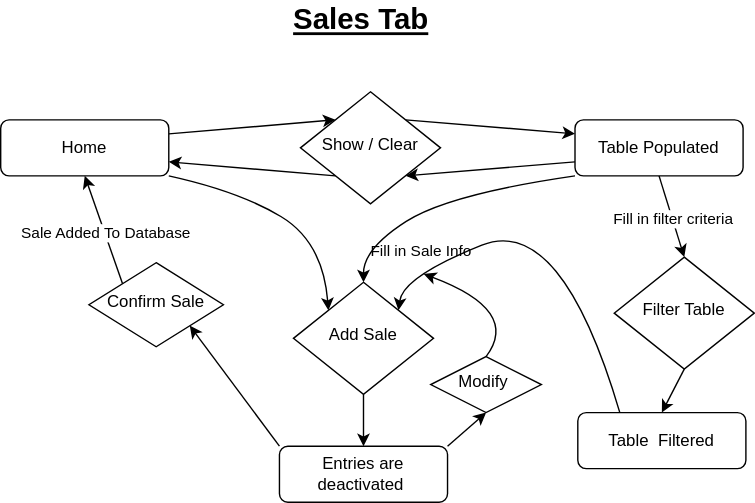
Before: Data Flow Diagrams/Sales.svg, a diagram exported from draw.io (KitchenPizzeria/Client-Apps). Source tidied: cells renumbered, new cells last; positions are measured from the earlier drawing's top-left corner, leaving out a move shared by most shapes.
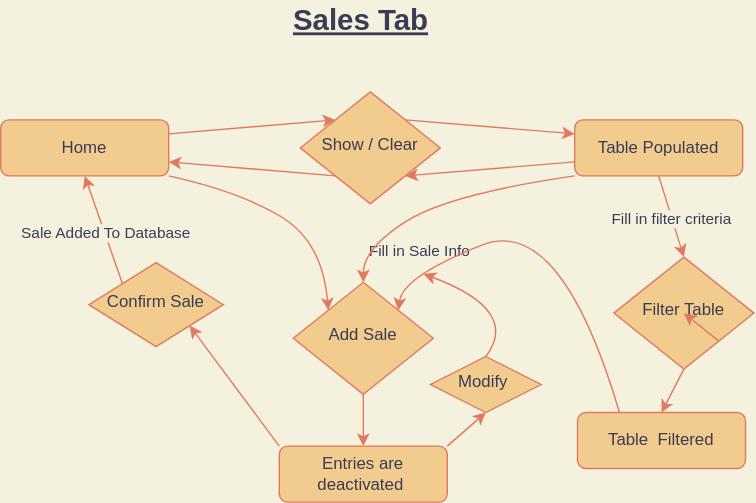
Above is the later version.

Commit message:
Sales - User Flow Diagram

The edit, as a diff of the source:
```diff
@@ -1,60 +1,60 @@
-<mxGraphModel background="#FFFFFF">
+<mxGraphModel background="#F4F1DE">
   <root>
     <mxCell id="0" />
     <mxCell id="1" parent="0" />
-    <mxCell id="2" style="rounded=0;jettySize=auto;html=1;exitX=1;exitY=0.25;exitDx=0;exitDy=0;entryX=0;entryY=0;entryDx=0;entryDy=0;" parent="1" edge="1" source="6" target="9">
+    <mxCell id="2" style="rounded=0;jettySize=auto;html=1;exitX=1;exitY=0.25;exitDx=0;exitDy=0;entryX=0;entryY=0;entryDx=0;entryDy=0;labelBackgroundColor=#F4F1DE;strokeColor=#E07A5F;fontColor=#393C56;" parent="1" edge="1" source="6" target="9">
       <mxGeometry relative="1" as="geometry" />
     </mxCell>
-    <mxCell id="3" style="rounded=0;jettySize=auto;html=1;exitX=0.5;exitY=1;exitDx=0;exitDy=0;entryX=0.5;entryY=0;entryDx=0;entryDy=0;" parent="1" edge="1" source="11" target="13">
+    <mxCell id="3" style="rounded=0;jettySize=auto;html=1;exitX=0.5;exitY=1;exitDx=0;exitDy=0;entryX=0.5;entryY=0;entryDx=0;entryDy=0;labelBackgroundColor=#F4F1DE;strokeColor=#E07A5F;fontColor=#393C56;" parent="1" edge="1" source="11" target="13">
       <mxGeometry relative="1" as="geometry" />
     </mxCell>
-    <mxCell id="4" value="Fill in filter criteria" style="edgeLabel;html=1;align=center;verticalAlign=middle;labelBackgroundColor=#FFFFFF;rotation=0;" parent="3" vertex="1">
+    <mxCell id="4" value="Fill in filter criteria" style="edgeLabel;html=1;align=center;verticalAlign=middle;rotation=0;labelBackgroundColor=#F4F1DE;fontColor=#393C56;" parent="3" vertex="1">
       <mxGeometry x="0.02" y="1" relative="1" as="geometry">
         <mxPoint x="-1" y="1" as="offset" />
       </mxGeometry>
     </mxCell>
-    <mxCell id="5" value="Fill in Sale Info" style="edgeLabel;html=1;align=center;verticalAlign=middle;labelBackgroundColor=#FFFFFF;rotation=0;" parent="3" vertex="1">
+    <mxCell id="5" value="Fill in Sale Info" style="edgeLabel;html=1;align=center;verticalAlign=middle;rotation=0;labelBackgroundColor=#F4F1DE;fontColor=#393C56;" parent="3" vertex="1">
       <mxGeometry x="0.02" y="1" relative="1" as="geometry">
         <mxPoint x="-181" y="24" as="offset" />
       </mxGeometry>
     </mxCell>
-    <mxCell id="6" value="Home" style="rounded=1;whiteSpace=wrap;html=1;fontSize=12;glass=0;strokeWidth=1;shadow=0;" parent="1" vertex="1">
+    <mxCell id="6" value="Home" style="rounded=1;whiteSpace=wrap;html=1;fontSize=12;glass=0;strokeWidth=1;shadow=0;fillColor=#F2CC8F;strokeColor=#E07A5F;fontColor=#393C56;" parent="1" vertex="1">
       <mxGeometry y="83" width="120" height="40" as="geometry" />
     </mxCell>
-    <mxCell id="7" style="rounded=0;jettySize=auto;html=1;exitX=0;exitY=1;exitDx=0;exitDy=0;entryX=1;entryY=0.75;entryDx=0;entryDy=0;" parent="1" edge="1" source="9" target="6">
+    <mxCell id="7" style="rounded=0;jettySize=auto;html=1;exitX=0;exitY=1;exitDx=0;exitDy=0;entryX=1;entryY=0.75;entryDx=0;entryDy=0;labelBackgroundColor=#F4F1DE;strokeColor=#E07A5F;fontColor=#393C56;" parent="1" edge="1" source="9" target="6">
       <mxGeometry relative="1" as="geometry" />
     </mxCell>
-    <mxCell id="8" style="rounded=0;jettySize=auto;html=1;exitX=1;exitY=0;exitDx=0;exitDy=0;entryX=0;entryY=0.25;entryDx=0;entryDy=0;" parent="1" edge="1" source="9" target="11">
+    <mxCell id="8" style="rounded=0;jettySize=auto;html=1;exitX=1;exitY=0;exitDx=0;exitDy=0;entryX=0;entryY=0.25;entryDx=0;entryDy=0;labelBackgroundColor=#F4F1DE;strokeColor=#E07A5F;fontColor=#393C56;" parent="1" edge="1" source="9" target="11">
       <mxGeometry relative="1" as="geometry" />
     </mxCell>
-    <mxCell id="9" value="Show / Clear" style="rhombus;whiteSpace=wrap;html=1;shadow=0;fontFamily=Helvetica;fontSize=12;align=center;strokeWidth=1;spacing=6;spacingTop=-4;" parent="1" vertex="1">
+    <mxCell id="9" value="Show / Clear" style="rhombus;whiteSpace=wrap;html=1;shadow=0;fontFamily=Helvetica;fontSize=12;align=center;strokeWidth=1;spacing=6;spacingTop=-4;fillColor=#F2CC8F;strokeColor=#E07A5F;fontColor=#393C56;" parent="1" vertex="1">
       <mxGeometry x="214" y="63" width="100" height="80" as="geometry" />
     </mxCell>
-    <mxCell id="10" style="rounded=0;jettySize=auto;html=1;exitX=0;exitY=0.75;exitDx=0;exitDy=0;entryX=1;entryY=1;entryDx=0;entryDy=0;" parent="1" edge="1" source="11" target="9">
+    <mxCell id="10" style="rounded=0;jettySize=auto;html=1;exitX=0;exitY=0.75;exitDx=0;exitDy=0;entryX=1;entryY=1;entryDx=0;entryDy=0;labelBackgroundColor=#F4F1DE;strokeColor=#E07A5F;fontColor=#393C56;" parent="1" edge="1" source="11" target="9">
       <mxGeometry relative="1" as="geometry" />
     </mxCell>
-    <mxCell id="11" value="Table Populated" style="rounded=1;whiteSpace=wrap;html=1;fontSize=12;glass=0;strokeWidth=1;shadow=0;" parent="1" vertex="1">
+    <mxCell id="11" value="Table Populated" style="rounded=1;whiteSpace=wrap;html=1;fontSize=12;glass=0;strokeWidth=1;shadow=0;fillColor=#F2CC8F;strokeColor=#E07A5F;fontColor=#393C56;" parent="1" vertex="1">
       <mxGeometry x="410" y="83" width="120" height="40" as="geometry" />
     </mxCell>
-    <mxCell id="12" style="edgeStyle=none;rounded=0;jettySize=auto;html=1;exitX=0.5;exitY=1;exitDx=0;exitDy=0;entryX=0.5;entryY=0;entryDx=0;entryDy=0;" parent="1" edge="1" source="13" target="15">
+    <mxCell id="12" style="edgeStyle=none;rounded=0;jettySize=auto;html=1;exitX=0.5;exitY=1;exitDx=0;exitDy=0;entryX=0.5;entryY=0;entryDx=0;entryDy=0;labelBackgroundColor=#F4F1DE;strokeColor=#E07A5F;fontColor=#393C56;" parent="1" edge="1" source="13" target="15">
       <mxGeometry relative="1" as="geometry" />
     </mxCell>
-    <mxCell id="13" value="Filter Table" style="rhombus;whiteSpace=wrap;html=1;shadow=0;fontFamily=Helvetica;fontSize=12;align=center;strokeWidth=1;spacing=6;spacingTop=-4;" parent="1" vertex="1">
+    <mxCell id="13" value="Filter Table" style="rhombus;whiteSpace=wrap;html=1;shadow=0;fontFamily=Helvetica;fontSize=12;align=center;strokeWidth=1;spacing=6;spacingTop=-4;fillColor=#F2CC8F;strokeColor=#E07A5F;fontColor=#393C56;" parent="1" vertex="1">
       <mxGeometry x="438" y="181" width="100" height="80" as="geometry" />
     </mxCell>
-    <mxCell id="14" style="edgeStyle=none;rounded=0;orthogonalLoop=1;jettySize=auto;html=1;exitX=1;exitY=1;exitDx=0;exitDy=0;" parent="1" edge="1" source="13" target="13">
+    <mxCell id="14" style="edgeStyle=none;rounded=0;orthogonalLoop=1;jettySize=auto;html=1;exitX=1;exitY=1;exitDx=0;exitDy=0;labelBackgroundColor=#F4F1DE;strokeColor=#E07A5F;fontColor=#393C56;" parent="1" edge="1" source="13" target="13">
       <mxGeometry relative="1" as="geometry" />
     </mxCell>
-    <mxCell id="15" value="Table &amp;nbsp;Filtered" style="rounded=1;whiteSpace=wrap;html=1;fontSize=12;glass=0;strokeWidth=1;shadow=0;" parent="1" vertex="1">
+    <mxCell id="15" value="Table &amp;nbsp;Filtered" style="rounded=1;whiteSpace=wrap;html=1;fontSize=12;glass=0;strokeWidth=1;shadow=0;fillColor=#F2CC8F;strokeColor=#E07A5F;fontColor=#393C56;" parent="1" vertex="1">
       <mxGeometry x="412" y="292" width="120" height="40" as="geometry" />
     </mxCell>
-    <mxCell id="16" style="edgeStyle=none;rounded=0;jettySize=auto;html=1;exitX=0.5;exitY=1;exitDx=0;exitDy=0;entryX=0.5;entryY=0;entryDx=0;entryDy=0;" parent="1" edge="1" source="17" target="24">
+    <mxCell id="16" style="edgeStyle=none;rounded=0;jettySize=auto;html=1;exitX=0.5;exitY=1;exitDx=0;exitDy=0;entryX=0.5;entryY=0;entryDx=0;entryDy=0;labelBackgroundColor=#F4F1DE;strokeColor=#E07A5F;fontColor=#393C56;" parent="1" edge="1" source="17" target="24">
       <mxGeometry relative="1" as="geometry" />
     </mxCell>
-    <mxCell id="17" value="Add Sale" style="rhombus;whiteSpace=wrap;html=1;shadow=0;fontFamily=Helvetica;fontSize=12;align=center;strokeWidth=1;spacing=6;spacingTop=-4;" parent="1" vertex="1">
+    <mxCell id="17" value="Add Sale" style="rhombus;whiteSpace=wrap;html=1;shadow=0;fontFamily=Helvetica;fontSize=12;align=center;strokeWidth=1;spacing=6;spacingTop=-4;fillColor=#F2CC8F;strokeColor=#E07A5F;fontColor=#393C56;" parent="1" vertex="1">
       <mxGeometry x="209" y="199" width="100" height="80" as="geometry" />
     </mxCell>
-    <mxCell id="18" style="curved=1;endArrow=classic;html=1;exitX=1;exitY=1;exitDx=0;exitDy=0;entryX=0;entryY=0;entryDx=0;entryDy=0;" parent="1" edge="1" source="6" target="17">
+    <mxCell id="18" style="curved=1;endArrow=classic;html=1;exitX=1;exitY=1;exitDx=0;exitDy=0;entryX=0;entryY=0;entryDx=0;entryDy=0;labelBackgroundColor=#F4F1DE;strokeColor=#E07A5F;fontColor=#393C56;" parent="1" edge="1" source="6" target="17">
       <mxGeometry relative="1" as="geometry">
         <Array as="points">
           <mxPoint x="170" y="134" />
@@ -62,7 +62,7 @@
         </Array>
       </mxGeometry>
     </mxCell>
-    <mxCell id="19" style="curved=1;endArrow=classic;html=1;exitX=0;exitY=1;exitDx=0;exitDy=0;entryX=0.5;entryY=0;entryDx=0;entryDy=0;" parent="1" edge="1" source="11" target="17">
+    <mxCell id="19" style="curved=1;endArrow=classic;html=1;exitX=0;exitY=1;exitDx=0;exitDy=0;entryX=0.5;entryY=0;entryDx=0;entryDy=0;labelBackgroundColor=#F4F1DE;strokeColor=#E07A5F;fontColor=#393C56;" parent="1" edge="1" source="11" target="17">
       <mxGeometry relative="1" as="geometry">
         <Array as="points">
           <mxPoint x="320" y="136" />
@@ -70,10 +70,10 @@
         </Array>
       </mxGeometry>
     </mxCell>
-    <mxCell id="20" value="Modify&amp;nbsp;" style="rhombus;whiteSpace=wrap;html=1;shadow=0;fontFamily=Helvetica;fontSize=12;align=center;strokeWidth=1;spacing=6;spacingTop=-4;" parent="1" vertex="1">
+    <mxCell id="20" value="Modify&amp;nbsp;" style="rhombus;whiteSpace=wrap;html=1;shadow=0;fontFamily=Helvetica;fontSize=12;align=center;strokeWidth=1;spacing=6;spacingTop=-4;fillColor=#F2CC8F;strokeColor=#E07A5F;fontColor=#393C56;" parent="1" vertex="1">
       <mxGeometry x="307" y="252" width="79" height="40" as="geometry" />
     </mxCell>
-    <mxCell id="21" style="curved=1;endArrow=classic;html=1;exitX=0.25;exitY=0;exitDx=0;exitDy=0;entryX=1;entryY=0;entryDx=0;entryDy=0;" parent="1" edge="1" source="15" target="17">
+    <mxCell id="21" style="curved=1;endArrow=classic;html=1;exitX=0.25;exitY=0;exitDx=0;exitDy=0;entryX=1;entryY=0;entryDx=0;entryDy=0;labelBackgroundColor=#F4F1DE;strokeColor=#E07A5F;fontColor=#393C56;" parent="1" edge="1" source="15" target="17">
       <mxGeometry relative="1" as="geometry">
         <Array as="points">
           <mxPoint x="400" y="150" />
@@ -81,16 +81,16 @@
         </Array>
       </mxGeometry>
     </mxCell>
-    <mxCell id="22" style="edgeStyle=none;rounded=0;jettySize=auto;html=1;exitX=1;exitY=0;exitDx=0;exitDy=0;entryX=0.5;entryY=1;entryDx=0;entryDy=0;" parent="1" edge="1" source="24" target="20">
+    <mxCell id="22" style="edgeStyle=none;rounded=0;jettySize=auto;html=1;exitX=1;exitY=0;exitDx=0;exitDy=0;entryX=0.5;entryY=1;entryDx=0;entryDy=0;labelBackgroundColor=#F4F1DE;strokeColor=#E07A5F;fontColor=#393C56;" parent="1" edge="1" source="24" target="20">
       <mxGeometry relative="1" as="geometry" />
     </mxCell>
-    <mxCell id="23" style="edgeStyle=none;rounded=0;jettySize=auto;html=1;exitX=0;exitY=0;exitDx=0;exitDy=0;entryX=1;entryY=1;entryDx=0;entryDy=0;" parent="1" edge="1" source="24" target="28">
+    <mxCell id="23" style="edgeStyle=none;rounded=0;jettySize=auto;html=1;exitX=0;exitY=0;exitDx=0;exitDy=0;entryX=1;entryY=1;entryDx=0;entryDy=0;labelBackgroundColor=#F4F1DE;strokeColor=#E07A5F;fontColor=#393C56;" parent="1" edge="1" source="24" target="28">
       <mxGeometry relative="1" as="geometry" />
     </mxCell>
-    <mxCell id="24" value="Entries are deactivated&amp;nbsp;" style="rounded=1;whiteSpace=wrap;html=1;fontSize=12;glass=0;strokeWidth=1;shadow=0;" parent="1" vertex="1">
+    <mxCell id="24" value="Entries are deactivated&amp;nbsp;" style="rounded=1;whiteSpace=wrap;html=1;fontSize=12;glass=0;strokeWidth=1;shadow=0;fillColor=#F2CC8F;strokeColor=#E07A5F;fontColor=#393C56;" parent="1" vertex="1">
       <mxGeometry x="199" y="316" width="120" height="40" as="geometry" />
     </mxCell>
-    <mxCell id="25" style="curved=1;endArrow=classic;html=1;exitX=0.5;exitY=0;exitDx=0;exitDy=0;" parent="1" edge="1" source="20">
+    <mxCell id="25" style="curved=1;endArrow=classic;html=1;exitX=0.5;exitY=0;exitDx=0;exitDy=0;labelBackgroundColor=#F4F1DE;strokeColor=#E07A5F;fontColor=#393C56;" parent="1" edge="1" source="20">
       <mxGeometry relative="1" as="geometry">
         <mxPoint x="302" y="193" as="targetPoint" />
         <Array as="points">
@@ -98,16 +98,16 @@
         </Array>
       </mxGeometry>
     </mxCell>
-    <mxCell id="26" style="edgeStyle=none;rounded=0;jettySize=auto;html=1;exitX=0;exitY=0;exitDx=0;exitDy=0;entryX=0.5;entryY=1;entryDx=0;entryDy=0;" parent="1" edge="1" source="28" target="6">
+    <mxCell id="26" style="edgeStyle=none;rounded=0;jettySize=auto;html=1;exitX=0;exitY=0;exitDx=0;exitDy=0;entryX=0.5;entryY=1;entryDx=0;entryDy=0;labelBackgroundColor=#F4F1DE;strokeColor=#E07A5F;fontColor=#393C56;" parent="1" edge="1" source="28" target="6">
       <mxGeometry relative="1" as="geometry" />
     </mxCell>
-    <mxCell id="27" value="Sale Added To Database" style="edgeLabel;html=1;align=center;verticalAlign=middle;" parent="26" vertex="1">
+    <mxCell id="27" value="Sale Added To Database" style="edgeLabel;html=1;align=center;verticalAlign=middle;labelBackgroundColor=#F4F1DE;fontColor=#393C56;" parent="26" vertex="1">
       <mxGeometry x="-0.05" relative="1" as="geometry" />
     </mxCell>
-    <mxCell id="28" value="Confirm Sale" style="rhombus;whiteSpace=wrap;html=1;shadow=0;fontFamily=Helvetica;fontSize=12;align=center;strokeWidth=1;spacing=6;spacingTop=-4;" parent="1" vertex="1">
+    <mxCell id="28" value="Confirm Sale" style="rhombus;whiteSpace=wrap;html=1;shadow=0;fontFamily=Helvetica;fontSize=12;align=center;strokeWidth=1;spacing=6;spacingTop=-4;fillColor=#F2CC8F;strokeColor=#E07A5F;fontColor=#393C56;" parent="1" vertex="1">
       <mxGeometry x="63" y="185" width="96" height="60" as="geometry" />
     </mxCell>
-    <mxCell id="29" value="&lt;font style=&quot;font-size: 21px&quot;&gt;&lt;u&gt;&lt;b&gt;Sales Tab&lt;/b&gt;&lt;/u&gt;&lt;/font&gt;" style="text;html=1;align=center;verticalAlign=middle;strokeColor=none;fillColor=none;" parent="1" vertex="1">
+    <mxCell id="29" value="&lt;font style=&quot;font-size: 21px&quot;&gt;&lt;u&gt;&lt;b&gt;Sales Tab&lt;/b&gt;&lt;/u&gt;&lt;/font&gt;" style="text;html=1;align=center;verticalAlign=middle;strokeColor=none;fillColor=none;fontColor=#393C56;" parent="1" vertex="1">
       <mxGeometry x="203" width="107" height="21" as="geometry" />
     </mxCell>
   </root>
```
